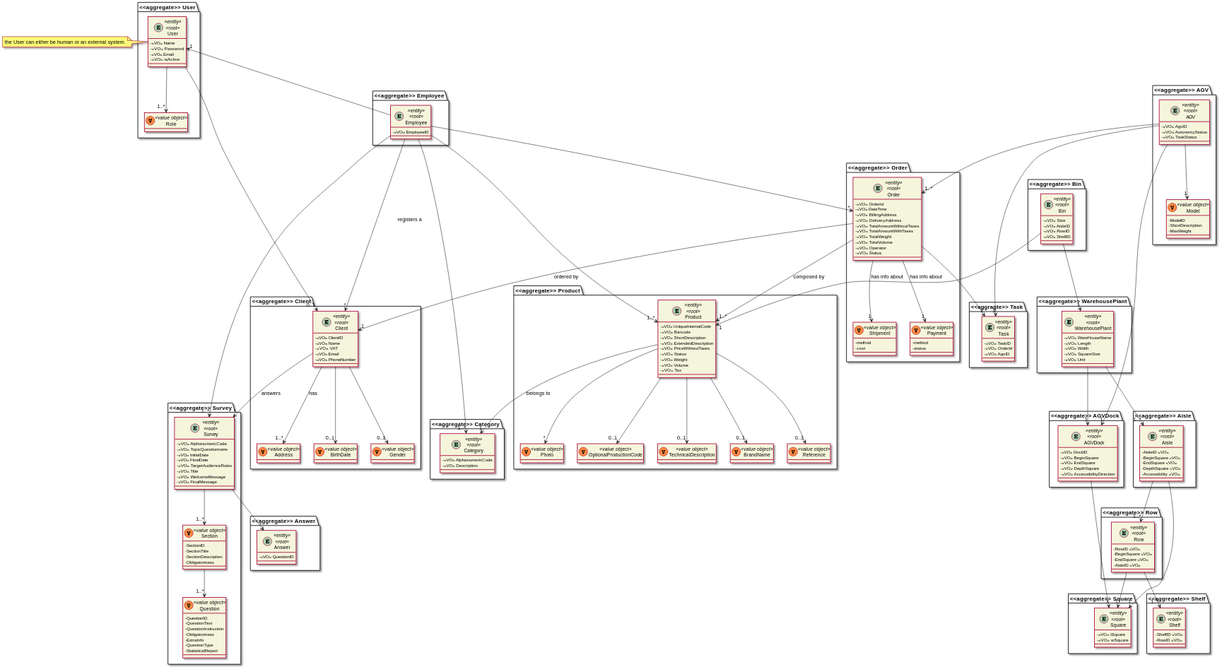
Before: docs/DM.svg, a diagram exported from PlantUML (ana-albergaria/LAPR4-ISEP). The source it was exported from:
```plantuml
@startuml

skinparam classAttributeIconSize 0
hide empty attributes
skinparam classBackgroundColor beige
skinparam ArrowColor #222222


package "<<aggregate>> Product" {
    entity Product
    class Photo
    class OptionalProductionCode
    class TechnicalDescription
    class BrandName
    class Reference
}

package "<<aggregate>> Category" {
    entity Category
}

package "<<aggregate>> Order" {
    entity Order
    class Shipment
    class Payment
}

package "<<aggregate>> Client" {
    entity Client
    class Address
    class BirthDate
    class Gender
}

package "<<aggregate>> Survey" {
    entity Survey
    class Section
    class Question
}

package "<<aggregate>> Employee" {
    entity Employee
}



package "<<aggregate>> User" {
    entity User
    class Role
}

package "<<aggregate>> AGV" {
    entity AGV
    class Model
}


package "<<aggragte>> Task" {
    entity Task
}


package "<<aggregate>> Answer" {
    entity Answer
}

package "<<aggregate>> WarehousePlant" {
    entity WarehousePlant
}

package "<<aggregate>> Aisle" {
    entity Aisle
}

package "<<aggregate>> Row" {
    entity Row
}

package "<<aggregate>> Shelf" {
    entity Shelf
}

package "<<aggregate>> Square" {
    entity Square
}

package "<<aggregate>> AGVDock" {
    entity AGVDock
}


package "<<aggregate>> Bin" {
    entity Bin
}

entity Product <<entity>> <<root>> {
    -<<VO>> UniqueInternalCode
    -<<VO>> Barcode
    -<<VO>> ShortDescription
    -<<VO>> ExtendedDescription
    -<<VO>> PriceWithoutTaxes
    -<<VO>> Status /'Available, Temporarily Unavailable, Unavailable'/
    -<<VO>> Weight
    -<<VO>> Volume
    -<<VO>> Tax
}

class TechnicalDescription <<(V,#FF8B40) value object>>
class BrandName <<(V,#FF8B40) value object>>
class Reference <<(V,#FF8B40) value object>>
class Photo <<(V,#FF8B40) value object>>
class OptionalProductionCode <<(V,#FF8B40) value object>>


entity Category <<entity>> <<root>> {
    -<<VO>> AlphanumericCode
    -<<VO>> Description
}


entity Order <<entity>> <<root>> {
    -<<VO>> OrderId /'automatically generated'/
    -<<VO>> DateTime /'automatically generated na hora do registo do sistema'/
    -<<VO>> BillingAddress
    -<<VO>> DeliveryAddress
    -<<VO>> TotalAmountWithoutTaxes
    -<<VO>> TotalAmountWithTaxes
    -<<VO>> TotalWeight
    -<<VO>> TotalVolume
    -<<VO>> Operator
    -<<VO>> Status /'(CONFIRM WITH CLIENT: registered, payment pending, being prepared on the warehouse, dispatched, delivered by carrier, received by customer)'/
}

class Shipment <<(V,#FF8B40) value object>> {
    -method
    -cost
}

class Payment <<(V,#FF8B40) value object>> {
    -method
    -status
}

entity Client <<entity>> <<root>> {
    - <<VO>> ClientID
    - <<VO>> Name
    - <<VO>> VAT
    - <<VO>> Email
    - <<VO>> PhoneNumber
}

class BirthDate <<(V,#FF8B40) value object>> {}
class Gender <<(V,#FF8B40) value object>> {}


entity Employee <<entity>> <<root>> {
    - <<VO>> EmployeeID
}



entity User <<entity>> <<root>> {
    - <<VO>> Name
    - <<VO>> Password
    - <<VO>> Email
    - <<VO>> isActive
}

entity User
note left: the User can either be human or an external system.

entity Survey <<entity>> <<root>> {
    - <<VO>> AlphanumericCode
    - <<VO>> TopicQuestionnaire
    - <<VO>> InitialDate
    - <<VO>> FinalDate
    - <<VO>> TargetAudienceRules
    - <<VO>> Title
    - <<VO>> WelcomeMessage
    - <<VO>> FinalMessage
}

entity AGV <<entity>> <<root>> {
    - <<VO>> AgvID
    - <<VO>> AutonomyStatus /' number of hours left until it runs out of battery '/
    - <<VO>> TaskStatus /' free charging or occupied '/
}


entity Task <<entity>> <<root>>{
    - <<VO>> TaskID
    - <<VO>> OrderId
    - <<VO>> AgvID
}



entity Answer <<entity>> <<root>> {
    - <<VO>> QuestionID
}

class Model <<(V,#FF8B40) value object>> {
    - ModelID
    - ShortDescription
    - MaxWeight
}

entity AGVDock <<entity>> <<root>> {
    - <<VO>> DockID
    - <<VO>> BeginSquare
    - <<VO>> EndSquare
    - <<VO>> DepthSquare
    - <<VO>> AccessibilityDirection
}


entity Square <<entity>> <<root>> {
    - <<VO>> lSquare
    - <<VO>> wSquare
}

entity Bin <<entity>> <<root>> {
    - <<VO>> Size
    - <<VO>> AisleID
    - <<VO>> RowID
    - <<VO>> ShelfID
}

class Section <<(V,#FF8B40) value object>> {
    - SectionID
    - SectionTitle
    - SectionDescription
    - Obligatoriness
}

class Question <<(V,#FF8B40) value object>> {
    - QuestionID
    - QuestionText
    - QuestionInstruction /' optional '/
    - Obligatoriness
    - ExtraInfo /' optional '/
    - QuestionType /' (free text, multiple choices, multiple choice with input  value, ordering/ranking choices, single choice, singe choice with input value,   numeric, sorting options, scaling options) '/
    - StatisticalReport
}

entity WarehousePlant <<entity>> <<root>> {
    - <<VO>> WareHouseName
    - <<VO>> Length
    - <<VO>> Width
    - <<VO>> SquareSize
    - <<VO>> Unit
}

entity Aisle <<entity>> <<root>> {
    - AisleID <<VO>>
    - BeginSquare <<VO>>
    - EndSquare <<VO>>
    - DepthSquare <<VO>>
    - Accessibility <<VO>>
}

entity Row <<entity>> <<root>> {
    - RowID <<VO>>
    - BeginSquare <<VO>>
    - EndSquare <<VO>>
    - AisleID <<VO>>
}

entity Shelf <<entity>> <<root>> {
    - ShelfID <<VO>>
    - RowID <<VO>>
}


class Address <<(V,#FF8B40) value object>> {

}

class Role <<(V,#FF8B40) value object>> {

}


Product --> "*" Photo
Product --> "0..1" OptionalProductionCode
Product --> "1" Category : belongs to
Product --> "0..1" TechnicalDescription
Product --> "0..1" BrandName
Product --> "0..1" Reference

Order --> "1" Client : ordered by
Order --> "1..*" Product : composed by
Order --> "1" Shipment : has info about
Order --> "1" Payment : has info about

Client --> "1..*" Address : has
Client --> "*" Survey: answers
Client --> "0..1" BirthDate
Client --> "0..1" Gender

Employee --> "*" Client : registers a
Employee --> "*" Order
Employee --> "1..*" Product
Employee --> "1..*" Category
Employee --> "1..*" Survey


User --> "1..*" Role
User "1" <-- Employee
User --> "0..1" Client

WarehousePlant --> "1..*" Aisle
Aisle --> "1..*" Row
Aisle --> "1" Square
Row --> "1..*" Shelf
Row --> "1" Square
WarehousePlant --> "1" AGVDock

Bin --> "1" Product

Bin --> "1" WarehousePlant

AGV --> "1" Model


AGV --> "1..*" Order
AGV --> "1" AGVDock

AGVDock --> "3" Square



Survey --> "1..*" Section

Section --> "1..*" Question

Order --> "1" Task
AGV --> "1" Task


Survey --> "*" Answer


@enduml
```
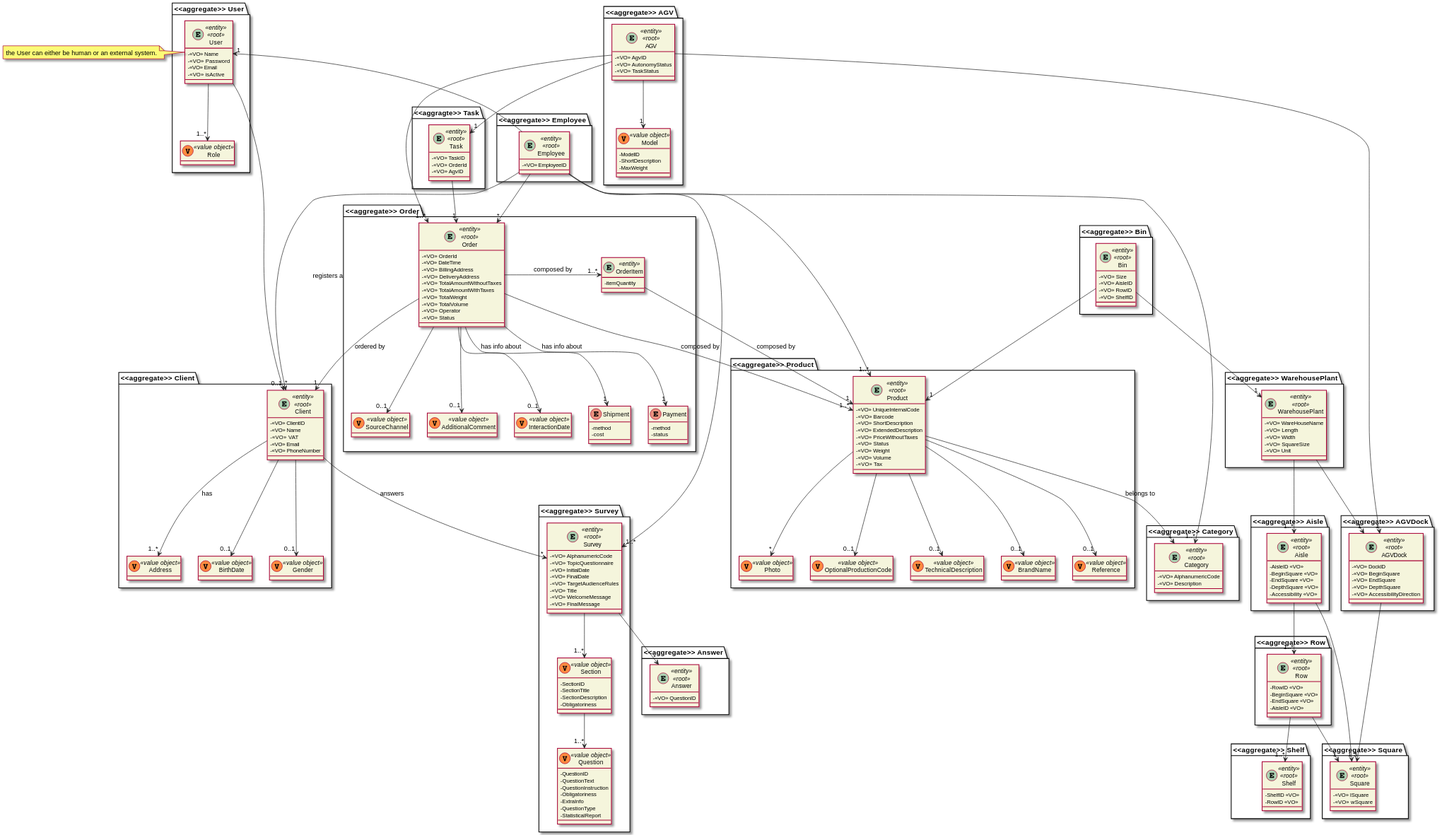
After the commit.

What changed in the source:
```diff
@@ -23,6 +23,10 @@
     entity Order
     class Shipment
     class Payment
+    entity OrderItem
+    class SourceChannel
+    class AdditionalComment
+    class InteractionDate
 }
 
 package "<<aggregate>> Client" {
@@ -131,12 +135,12 @@
     -<<VO>> Status /'(CONFIRM WITH CLIENT: registered, payment pending, being prepared on the warehouse, dispatched, delivered by carrier, received by customer)'/
 }
 
-class Shipment <<(V,#FF8B40) value object>> {
+enum Shipment {
     -method
     -cost
 }
 
-class Payment <<(V,#FF8B40) value object>> {
+enum Payment {
     -method
     -status
 }
@@ -281,6 +285,10 @@
 }
 
 
+entity OrderItem <<entity>> {
+    -itemQuantity
+}
+
 Product --> "*" Photo
 Product --> "0..1" OptionalProductionCode
 Product --> "1" Category : belongs to
@@ -292,6 +300,11 @@
 Order --> "1..*" Product : composed by
 Order --> "1" Shipment : has info about
 Order --> "1" Payment : has info about
+Order -> "1..*" OrderItem : composed by
+OrderItem --> "1" Product : composed by
+Order --> "0..1" SourceChannel
+Order --> "0..1" InteractionDate
+Order --> "0..1" AdditionalComment
 
 Client --> "1..*" Address : has
 Client --> "*" Survey: answers
@@ -334,11 +347,15 @@
 
 Section --> "1..*" Question
 
-Order --> "1" Task
+Task --> "1" Order
 AGV --> "1" Task
 
 
 Survey --> "*" Answer
 
 
+class SourceChannel <<(V,#FF8B40) value object>>
+class InteractionDate <<(V,#FF8B40) value object>>
+class AdditionalComment <<(V,#FF8B40) value object>>
+
 @enduml
```
